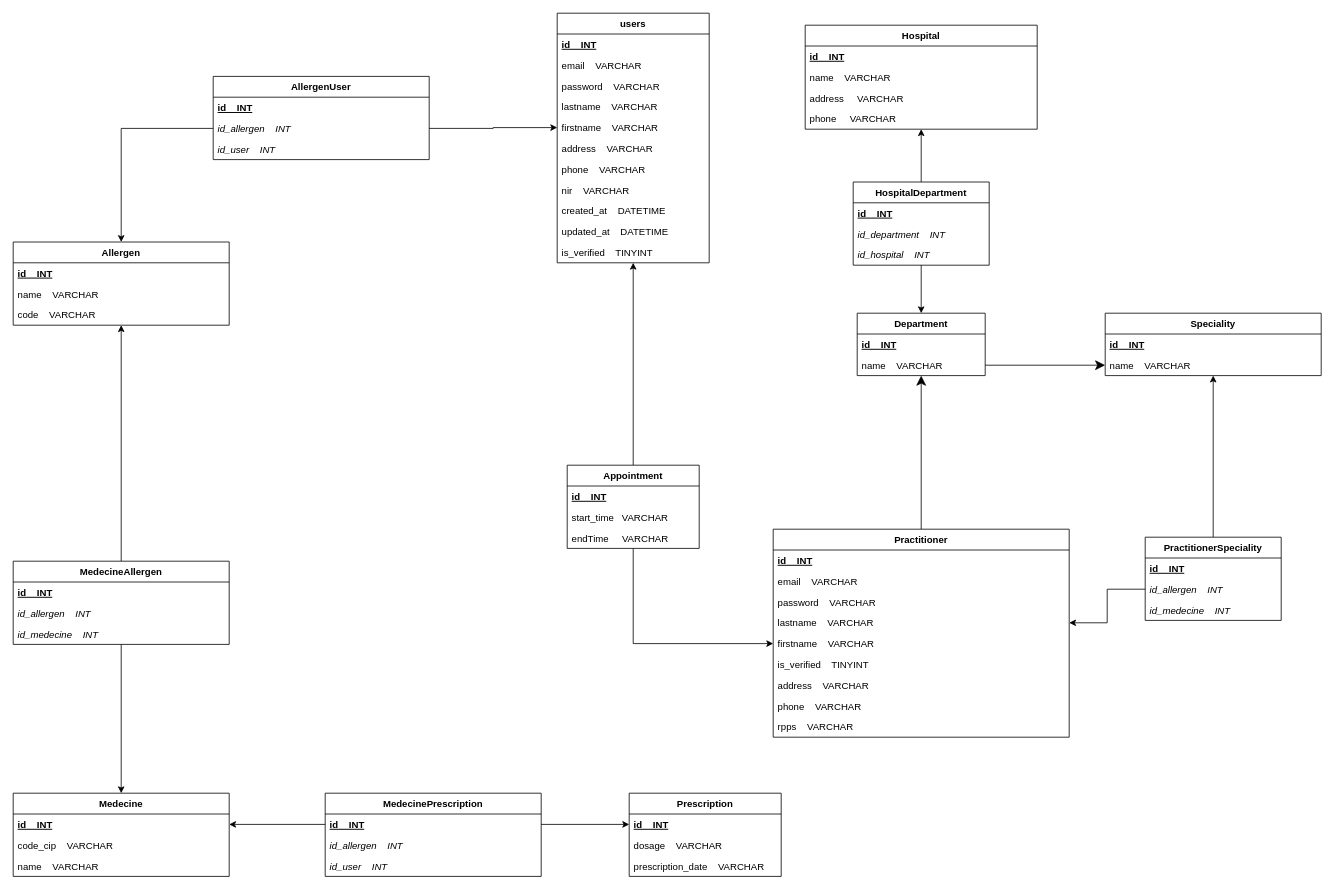
Before: page "MPD" (6 of 8) of wecare.drawio in pptech-ds/CDA-JS-WeCare, a draw.io diagram. Source tidied: cells renumbered, new cells numbered last; positions are measured from the earlier drawing's top-left corner, leaving out a move shared by most shapes. Both pictures are drawn from the tidied source at 80%, with x=0, y=0 at pixel (13, 13).
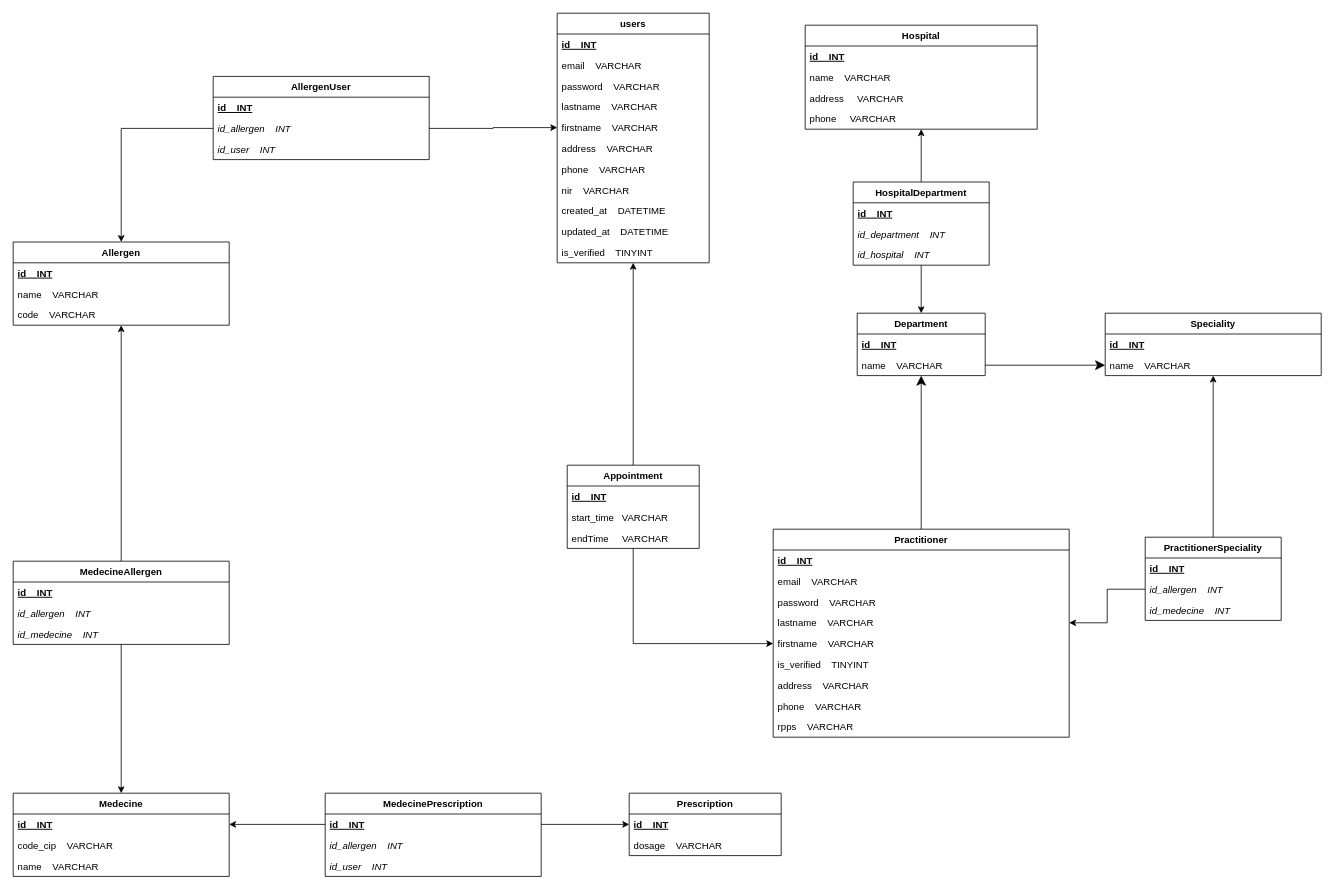
The same page after the edit.

Diff of the diagram source:
```diff
@@
     <mxCell id="38" value="Prescription" style="swimlane;fontStyle=1;align=center;verticalAlign=top;horizontal=1;startSize=26;" parent="1" vertex="1">
-      <mxGeometry x="770" y="975" width="190" height="104" as="geometry" />
+      <mxGeometry x="770" y="975" width="190" height="78" as="geometry" />
     </mxCell>
@@
-    <mxCell id="41" value="prescription_date    VARCHAR  " style="text;strokeColor=none;fillColor=none;align=left;verticalAlign=top;spacingLeft=4;spacingRight=4;overflow=hidden;" parent="38" vertex="1">
-      <mxGeometry y="78" width="190" height="26" as="geometry" />
-    </mxCell>
```
